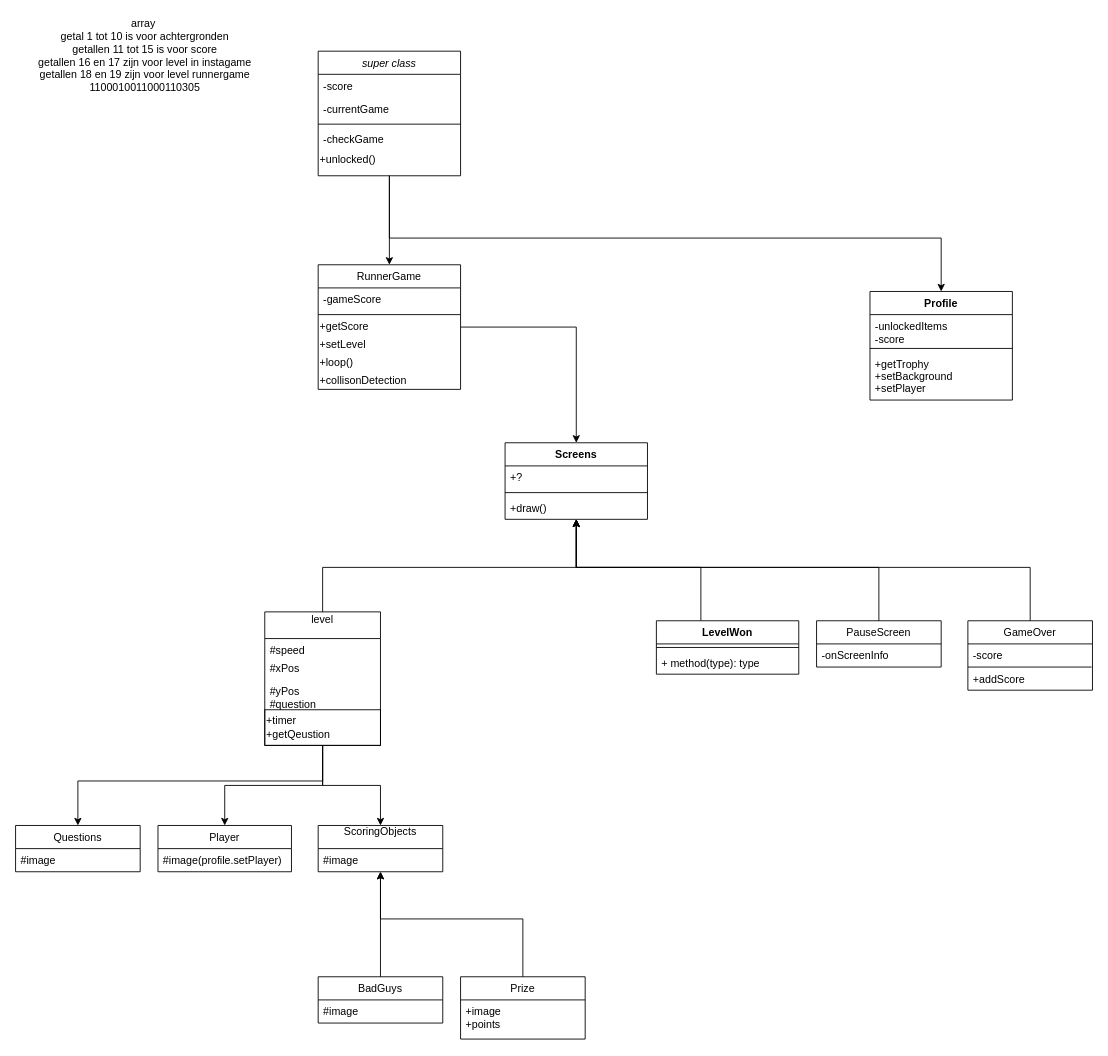
JustDave2002/basisschoolGame keeps this draw.io diagram as documentation/ProjectConcept_3.drawio. Above is the earlier version. Source tidied: cells renumbered, new cells numbered last; positions are measured from the earlier drawing's top-left corner, leaving out a move shared by most shapes. Both pictures are drawn from the tidied source at 89%, with x=0, y=0 at pixel (15, 15).
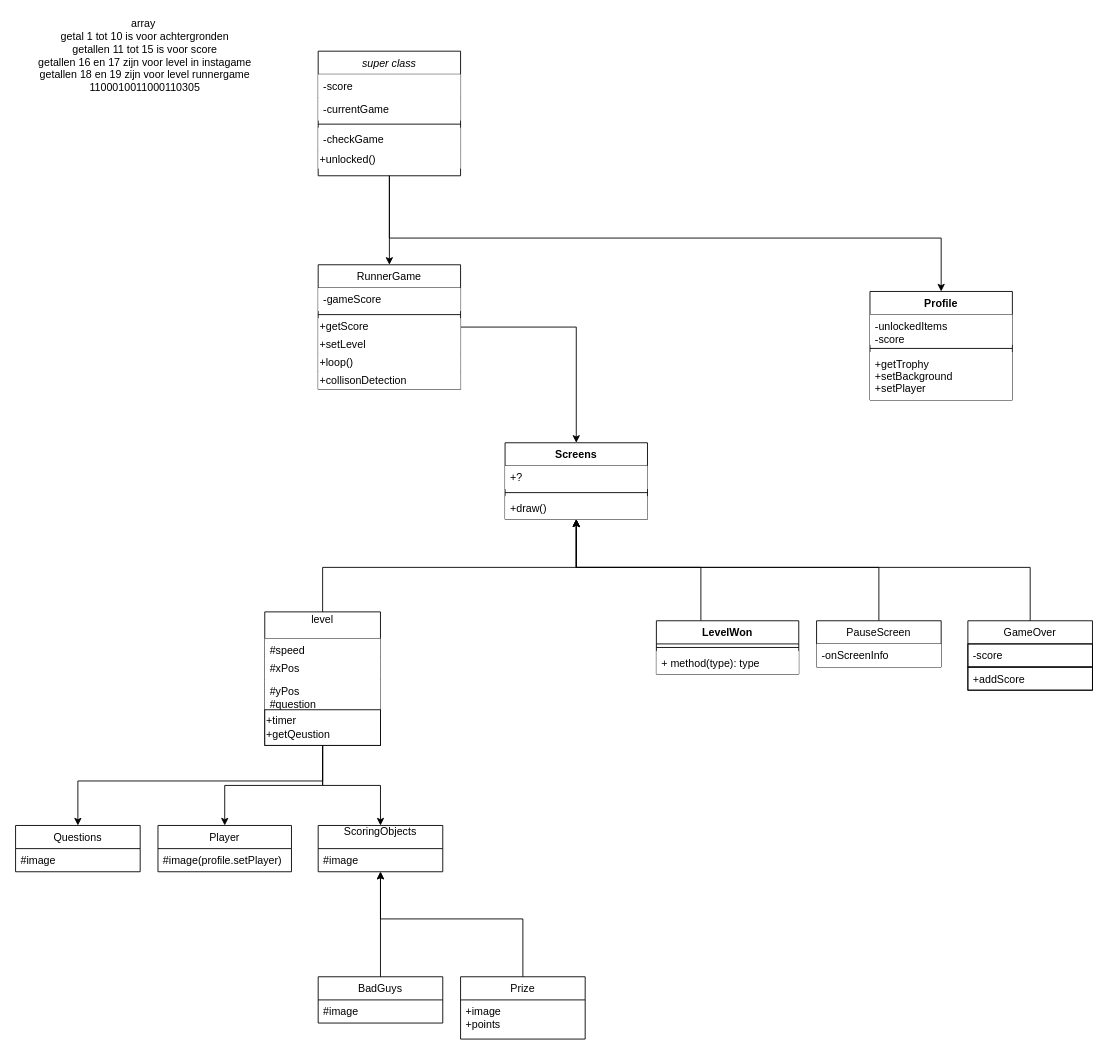
Above is the later version.

Unchanged cells that the change refers to:
```xml
<mxCell id="4" value="super class" style="swimlane;fontStyle=2;align=center;verticalAlign=top;horizontal=1;startSize=26;rounded=0;shadow=0;strokeWidth=1;" parent="1" vertex="1">
  <mxGeometry x="340" y="40" width="160" height="140" as="geometry" />
</mxCell>
<mxCell id="18" value="Screens" style="swimlane;fontStyle=1;align=center;verticalAlign=top;horizontal=1;startSize=26;" parent="1" vertex="1">
  <mxGeometry x="550" y="480" width="160" height="86" as="geometry" />
</mxCell>
<mxCell id="22" value="Profile" style="swimlane;fontStyle=1;align=center;verticalAlign=top;horizontal=1;startSize=26;" parent="1" vertex="1">
  <mxGeometry x="960" y="310" width="160" height="122" as="geometry" />
</mxCell>
<mxCell id="48" value="GameOver" style="swimlane;fontStyle=0;horizontal=1;startSize=26;fillColor=none;" parent="1" vertex="1">
  <mxGeometry x="1070" y="680" width="140" height="78" as="geometry" />
</mxCell>
<mxCell id="57" value="LevelWon" style="swimlane;fontStyle=1;align=center;verticalAlign=top;horizontal=1;startSize=26;" parent="1" vertex="1">
  <mxGeometry x="720" y="680" width="160" height="60" as="geometry" />
</mxCell>
```

Diff of the diagram source:
```diff
@@
-    <mxCell id="5" value="-score" style="text;align=left;verticalAlign=top;spacingLeft=4;spacingRight=4;overflow=hidden;" parent="4" vertex="1">
+    <mxCell id="5" value="-score" style="text;align=left;verticalAlign=top;spacingLeft=4;spacingRight=4;overflow=hidden;fillColor=#ffffff;" parent="4" vertex="1">
       <mxGeometry y="26" width="160" height="26" as="geometry" />
     </mxCell>
-    <mxCell id="6" value="-currentGame" style="text;align=left;verticalAlign=top;spacingLeft=4;spacingRight=4;overflow=hidden;rounded=0;shadow=0;html=0;" parent="4" vertex="1">
+    <mxCell id="6" value="-currentGame" style="text;align=left;verticalAlign=top;spacingLeft=4;spacingRight=4;overflow=hidden;rounded=0;shadow=0;html=0;fillColor=#ffffff;" parent="4" vertex="1">
       <mxGeometry y="52" width="160" height="26" as="geometry" />
     </mxCell>
@@
-    <mxCell id="8" value="-checkGame" style="text;align=left;verticalAlign=top;spacingLeft=4;spacingRight=4;overflow=hidden;" parent="4" vertex="1">
+    <mxCell id="8" value="-checkGame" style="text;align=left;verticalAlign=top;spacingLeft=4;spacingRight=4;overflow=hidden;fillColor=#ffffff;" parent="4" vertex="1">
       <mxGeometry y="86" width="160" height="26" as="geometry" />
     </mxCell>
-    <mxCell id="9" value="&lt;div style=&quot;&quot;&gt;&lt;span&gt;+unlocked()&lt;/span&gt;&lt;/div&gt;" style="text;html=1;strokeColor=none;fillColor=none;align=left;verticalAlign=middle;whiteSpace=wrap;rounded=0;" parent="4" vertex="1">
+    <mxCell id="9" value="&lt;div style=&quot;&quot;&gt;&lt;span&gt;+unlocked()&lt;/span&gt;&lt;/div&gt;" style="text;html=1;strokeColor=none;align=left;verticalAlign=middle;whiteSpace=wrap;rounded=0;fillColor=#ffffff;" parent="4" vertex="1">
       <mxGeometry y="112" width="160" height="20" as="geometry" />
     </mxCell>
@@
-    <mxCell id="11" value="RunnerGame" style="swimlane;fontStyle=0;align=center;verticalAlign=top;horizontal=1;startSize=26;rounded=0;shadow=0;strokeWidth=1;" parent="1" vertex="1">
+    <mxCell id="11" value="RunnerGame" style="swimlane;fontStyle=0;align=center;verticalAlign=top;horizontal=1;startSize=26;rounded=0;shadow=0;strokeWidth=1;labelBackgroundColor=none;labelBorderColor=none;" parent="1" vertex="1">
       <mxGeometry x="340" y="280" width="160" height="140" as="geometry" />
     </mxCell>
-    <mxCell id="12" value="-gameScore" style="text;align=left;verticalAlign=top;spacingLeft=4;spacingRight=4;overflow=hidden;" parent="11" vertex="1">
+    <mxCell id="12" value="-gameScore" style="text;align=left;verticalAlign=top;spacingLeft=4;spacingRight=4;overflow=hidden;fillColor=#ffffff;" parent="11" vertex="1">
       <mxGeometry y="26" width="160" height="26" as="geometry" />
     </mxCell>
@@
-    <mxCell id="14" value="+getScore" style="text;html=1;align=left;verticalAlign=middle;" parent="11" vertex="1">
+    <mxCell id="14" value="+getScore" style="text;html=1;align=left;verticalAlign=middle;fillColor=#ffffff;" parent="11" vertex="1">
       <mxGeometry y="60" width="160" height="20" as="geometry" />
     </mxCell>
-    <mxCell id="15" value="+setLevel" style="text;html=1;align=left;verticalAlign=middle;" parent="11" vertex="1">
+    <mxCell id="15" value="+setLevel" style="text;html=1;align=left;verticalAlign=middle;fillColor=#ffffff;" parent="11" vertex="1">
       <mxGeometry y="80" width="160" height="20" as="geometry" />
     </mxCell>
-    <mxCell id="16" value="+loop()" style="text;html=1;align=left;verticalAlign=middle;" parent="11" vertex="1">
+    <mxCell id="16" value="+loop()" style="text;html=1;align=left;verticalAlign=middle;fillColor=#ffffff;" parent="11" vertex="1">
       <mxGeometry y="100" width="160" height="20" as="geometry" />
     </mxCell>
-    <mxCell id="17" value="+collisonDetection" style="text;html=1;align=left;verticalAlign=middle;" parent="11" vertex="1">
+    <mxCell id="17" value="+collisonDetection" style="text;html=1;align=left;verticalAlign=middle;fillColor=#ffffff;" parent="11" vertex="1">
       <mxGeometry y="120" width="160" height="20" as="geometry" />
     </mxCell>
@@
-    <mxCell id="19" value="+?" style="text;strokeColor=none;fillColor=none;align=left;verticalAlign=top;spacingLeft=4;spacingRight=4;overflow=hidden;" parent="18" vertex="1">
+    <mxCell id="19" value="+?" style="text;strokeColor=none;align=left;verticalAlign=top;spacingLeft=4;spacingRight=4;overflow=hidden;fillColor=#ffffff;" parent="18" vertex="1">
       <mxGeometry y="26" width="160" height="26" as="geometry" />
     </mxCell>
-    <mxCell id="20" style="line;strokeWidth=1;fillColor=none;align=left;verticalAlign=middle;spacingTop=-1;spacingLeft=3;spacingRight=3;labelPosition=right;" parent="18" vertex="1">
+    <mxCell id="20" style="line;strokeWidth=1;align=left;verticalAlign=middle;spacingTop=-1;spacingLeft=3;spacingRight=3;labelPosition=right;" parent="18" vertex="1">
       <mxGeometry y="52" width="160" height="8" as="geometry" />
     </mxCell>
-    <mxCell id="21" value="+draw()" style="text;strokeColor=none;fillColor=none;align=left;verticalAlign=top;spacingLeft=4;spacingRight=4;overflow=hidden;" parent="18" vertex="1">
+    <mxCell id="21" value="+draw()" style="text;strokeColor=none;align=left;verticalAlign=top;spacingLeft=4;spacingRight=4;overflow=hidden;fillColor=#ffffff;" parent="18" vertex="1">
       <mxGeometry y="60" width="160" height="26" as="geometry" />
     </mxCell>
@@
-    <mxCell id="23" value="-unlockedItems&#10;-score" style="text;strokeColor=none;fillColor=none;align=left;verticalAlign=top;spacingLeft=4;spacingRight=4;overflow=hidden;" parent="22" vertex="1">
+    <mxCell id="23" value="-unlockedItems&#10;-score" style="text;strokeColor=none;align=left;verticalAlign=top;spacingLeft=4;spacingRight=4;overflow=hidden;fillColor=#ffffff;" parent="22" vertex="1">
       <mxGeometry y="26" width="160" height="34" as="geometry" />
     </mxCell>
-    <mxCell id="24" style="line;strokeWidth=1;fillColor=none;align=left;verticalAlign=middle;spacingTop=-1;spacingLeft=3;spacingRight=3;labelPosition=right;" parent="22" vertex="1">
+    <mxCell id="24" style="line;strokeWidth=1;align=left;verticalAlign=middle;spacingTop=-1;spacingLeft=3;spacingRight=3;labelPosition=right;" parent="22" vertex="1">
       <mxGeometry y="60" width="160" height="8" as="geometry" />
     </mxCell>
-    <mxCell id="25" value="+getTrophy&#10;+setBackground&#10;+setPlayer" style="text;strokeColor=none;fillColor=none;align=left;verticalAlign=top;spacingLeft=4;spacingRight=4;overflow=hidden;" parent="22" vertex="1">
+    <mxCell id="25" value="+getTrophy&#10;+setBackground&#10;+setPlayer" style="text;strokeColor=none;align=left;verticalAlign=top;spacingLeft=4;spacingRight=4;overflow=hidden;fillColor=#ffffff;" parent="22" vertex="1">
       <mxGeometry y="68" width="160" height="54" as="geometry" />
     </mxCell>
@@
-    <mxCell id="42" value="level&#10;" style="swimlane;fontStyle=0;horizontal=1;startSize=30;fillColor=none;" parent="1" vertex="1">
+    <mxCell id="42" value="level&#10;" style="swimlane;fontStyle=0;horizontal=1;startSize=30;" parent="1" vertex="1">
       <mxGeometry x="280" y="670" width="130" height="150" as="geometry" />
     </mxCell>
-    <mxCell id="43" value="#speed" style="text;strokeColor=none;fillColor=none;align=left;verticalAlign=top;spacingLeft=4;spacingRight=4;overflow=hidden;" parent="42" vertex="1">
+    <mxCell id="43" value="#speed" style="text;strokeColor=none;align=left;verticalAlign=top;spacingLeft=4;spacingRight=4;overflow=hidden;fillColor=#ffffff;" parent="42" vertex="1">
       <mxGeometry y="30" width="130" height="20" as="geometry" />
     </mxCell>
-    <mxCell id="44" value="#xPos" style="text;strokeColor=none;fillColor=none;align=left;verticalAlign=top;spacingLeft=4;spacingRight=4;overflow=hidden;" parent="42" vertex="1">
+    <mxCell id="44" value="#xPos" style="text;strokeColor=none;align=left;verticalAlign=top;spacingLeft=4;spacingRight=4;overflow=hidden;fillColor=#ffffff;" parent="42" vertex="1">
       <mxGeometry y="50" width="130" height="26" as="geometry" />
     </mxCell>
-    <mxCell id="45" value="#yPos&#10;#question" style="text;strokeColor=none;fillColor=none;align=left;verticalAlign=top;spacingLeft=4;spacingRight=4;overflow=hidden;" parent="42" vertex="1">
+    <mxCell id="45" value="#yPos&#10;#question" style="text;strokeColor=none;align=left;verticalAlign=top;spacingLeft=4;spacingRight=4;overflow=hidden;fillColor=#ffffff;" parent="42" vertex="1">
       <mxGeometry y="76" width="130" height="34" as="geometry" />
     </mxCell>
-    <mxCell id="46" value="+timer&lt;br&gt;+getQeustion" style="text;html=1;fillColor=none;align=left;verticalAlign=middle;whiteSpace=wrap;rounded=0;strokeColor=#000000;" parent="42" vertex="1">
+    <mxCell id="46" value="+timer&lt;br&gt;+getQeustion" style="text;html=1;align=left;verticalAlign=middle;whiteSpace=wrap;rounded=0;strokeColor=#000000;fillColor=#ffffff;" parent="42" vertex="1">
       <mxGeometry y="110" width="130" height="40" as="geometry" />
     </mxCell>
@@
-    <mxCell id="49" value="-score" style="text;strokeColor=none;fillColor=none;align=left;verticalAlign=top;spacingLeft=4;spacingRight=4;overflow=hidden;" parent="48" vertex="1">
+    <mxCell id="49" value="-score" style="text;fillColor=none;align=left;verticalAlign=top;spacingLeft=4;spacingRight=4;overflow=hidden;strokeColor=#000000;" parent="48" vertex="1">
       <mxGeometry y="26" width="140" height="26" as="geometry" />
     </mxCell>
@@
-    <mxCell id="51" value="+addScore" style="text;strokeColor=none;fillColor=none;align=left;verticalAlign=top;spacingLeft=4;spacingRight=4;overflow=hidden;" parent="48" vertex="1">
+    <mxCell id="51" value="+addScore" style="text;fillColor=none;align=left;verticalAlign=top;spacingLeft=4;spacingRight=4;overflow=hidden;strokeColor=#000000;" parent="48" vertex="1">
       <mxGeometry y="52" width="140" height="26" as="geometry" />
     </mxCell>
@@
-    <mxCell id="53" value="PauseScreen" style="swimlane;fontStyle=0;horizontal=1;startSize=26;fillColor=none;" parent="1" vertex="1">
+    <mxCell id="53" value="PauseScreen" style="swimlane;fontStyle=0;horizontal=1;startSize=26;" parent="1" vertex="1">
       <mxGeometry x="900" y="680" width="140" height="52" as="geometry" />
     </mxCell>
-    <mxCell id="54" value="-onScreenInfo" style="text;strokeColor=none;fillColor=none;align=left;verticalAlign=top;spacingLeft=4;spacingRight=4;overflow=hidden;" parent="53" vertex="1">
+    <mxCell id="54" value="-onScreenInfo" style="text;strokeColor=none;align=left;verticalAlign=top;spacingLeft=4;spacingRight=4;overflow=hidden;fillColor=#ffffff;" parent="53" vertex="1">
       <mxGeometry y="26" width="140" height="26" as="geometry" />
     </mxCell>
@@
-    <mxCell id="58" style="line;strokeWidth=1;fillColor=none;align=left;verticalAlign=middle;spacingTop=-1;spacingLeft=3;spacingRight=3;labelPosition=right;" parent="57" vertex="1">
+    <mxCell id="58" style="line;strokeWidth=1;align=left;verticalAlign=middle;spacingTop=-1;spacingLeft=3;spacingRight=3;labelPosition=right;" parent="57" vertex="1">
       <mxGeometry y="26" width="160" height="8" as="geometry" />
     </mxCell>
-    <mxCell id="59" value="+ method(type): type" style="text;strokeColor=none;fillColor=none;align=left;verticalAlign=top;spacingLeft=4;spacingRight=4;overflow=hidden;" parent="57" vertex="1">
+    <mxCell id="59" value="+ method(type): type" style="text;strokeColor=none;align=left;verticalAlign=top;spacingLeft=4;spacingRight=4;overflow=hidden;fillColor=#ffffff;" parent="57" vertex="1">
       <mxGeometry y="34" width="160" height="26" as="geometry" />
     </mxCell>
```
